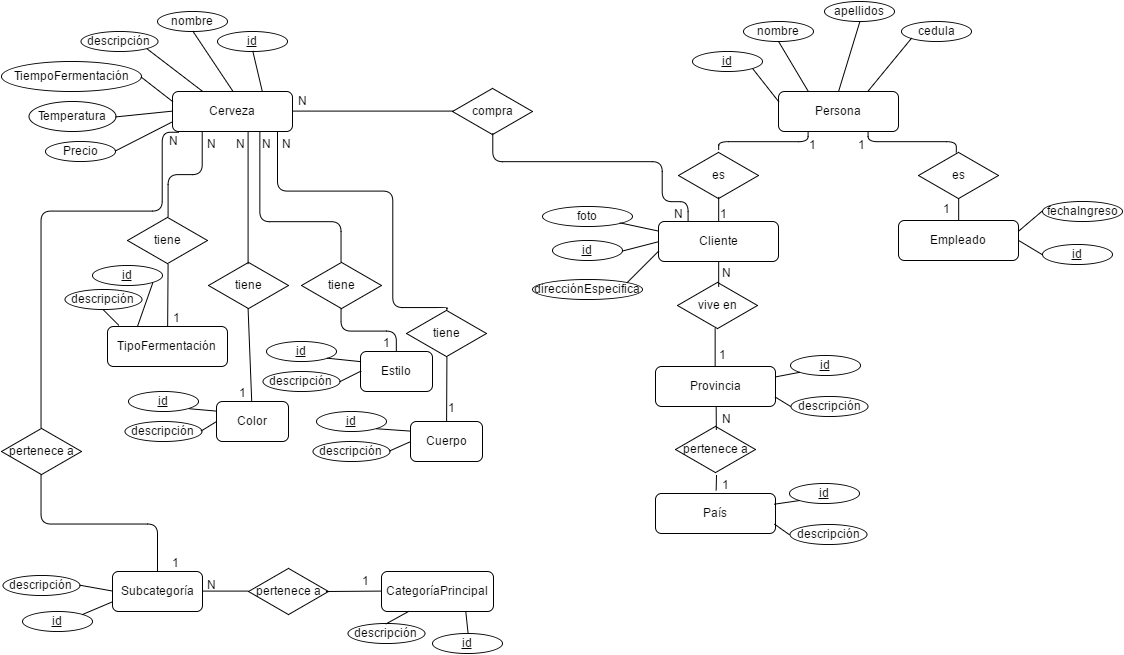
Above: Modelo Conceptual - Proyecto 2.png in solgonzalez/proyecto2bases (draw.io), before the change. Source tidied: cells renumbered, new cells last; positions are measured from the earlier drawing's top-left corner, leaving out a move shared by most shapes.
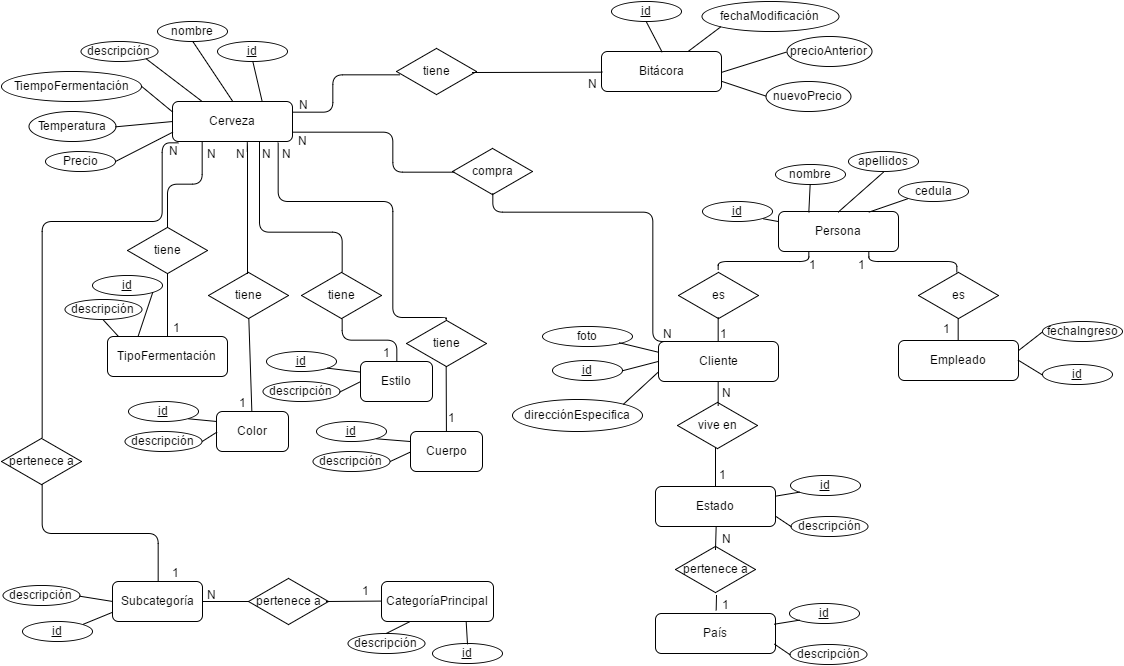
After the change.

Commit message:
Se cambian aspectos del modelo conceptual.

- Se agrega tabla bitácora.
- Se cambia el nombre de provincia a estado.

What changed in the source:
```diff
@@ -215,164 +215,168 @@
       <mxGeometry x="980" y="452" as="geometry" />
     </mxCell>
     <mxCell id="63" value="Persona" style="rounded=1;whiteSpace=wrap;html=1;" parent="1" vertex="1">
-      <mxGeometry x="777" y="90" width="120" height="40" as="geometry" />
+      <mxGeometry x="777" y="200" width="120" height="40" as="geometry" />
     </mxCell>
     <mxCell id="64" value="&lt;u&gt;id&lt;/u&gt;" style="ellipse;whiteSpace=wrap;html=1;" parent="1" vertex="1">
-      <mxGeometry x="691" y="50" width="70" height="20" as="geometry" />
+      <mxGeometry x="701" y="190" width="70" height="20" as="geometry" />
     </mxCell>
     <mxCell id="65" value="nombre" style="ellipse;whiteSpace=wrap;html=1;" parent="1" vertex="1">
-      <mxGeometry x="742" y="20" width="70" height="20" as="geometry" />
+      <mxGeometry x="774" y="153" width="70" height="20" as="geometry" />
     </mxCell>
     <mxCell id="66" value="apellidos" style="ellipse;whiteSpace=wrap;html=1;" parent="1" vertex="1">
-      <mxGeometry x="823" width="70" height="20" as="geometry" />
+      <mxGeometry x="847" y="140" width="70" height="20" as="geometry" />
     </mxCell>
     <mxCell id="67" value="cedula" style="ellipse;whiteSpace=wrap;html=1;" parent="1" vertex="1">
-      <mxGeometry x="900" y="20" width="70" height="20" as="geometry" />
+      <mxGeometry x="897" y="170" width="70" height="20" as="geometry" />
     </mxCell>
     <mxCell id="68" value="fechaIngreso" style="ellipse;whiteSpace=wrap;html=1;" parent="1" vertex="1">
-      <mxGeometry x="1041" y="200" width="80" height="20" as="geometry" />
+      <mxGeometry x="1041" y="310" width="80" height="20" as="geometry" />
     </mxCell>
     <mxCell id="69" style="endArrow=none;html=1;entryX=1;entryY=0.25;exitX=0;exitY=0.5;" parent="1" edge="1" source="68" target="75">
-      <mxGeometry x="270" y="90" as="geometry" />
+      <mxGeometry x="270" y="200" as="geometry" />
     </mxCell>
     <mxCell id="70" style="endArrow=none;html=1;entryX=0.75;entryY=0;exitX=0;exitY=1;" parent="1" edge="1" source="67" target="63">
-      <mxGeometry x="280" y="100" as="geometry" />
+      <mxGeometry x="280" y="210" as="geometry" />
     </mxCell>
     <mxCell id="71" style="endArrow=none;html=1;entryX=0.5;entryY=0;exitX=0.5;exitY=1;" parent="1" edge="1" source="66" target="63">
-      <mxGeometry x="290" y="110" as="geometry" />
+      <mxGeometry x="290" y="220" as="geometry" />
     </mxCell>
     <mxCell id="72" style="endArrow=none;html=1;entryX=0.25;entryY=0;exitX=0.5;exitY=1;" parent="1" edge="1" source="65" target="63">
-      <mxGeometry x="300" y="120" as="geometry" />
+      <mxGeometry x="300" y="230" as="geometry" />
     </mxCell>
     <mxCell id="73" style="endArrow=none;html=1;entryX=0;entryY=0.25;exitX=1;exitY=1;" parent="1" edge="1" source="64" target="63">
-      <mxGeometry x="310" y="130" as="geometry" />
+      <mxGeometry x="310" y="240" as="geometry" />
     </mxCell>
     <mxCell id="74" value="Cliente" style="rounded=1;whiteSpace=wrap;html=1;" parent="1" vertex="1">
-      <mxGeometry x="657" y="220" width="120" height="40" as="geometry" />
+      <mxGeometry x="657" y="330" width="120" height="40" as="geometry" />
     </mxCell>
     <mxCell id="75" value="Empleado" style="rounded=1;whiteSpace=wrap;html=1;" parent="1" vertex="1">
-      <mxGeometry x="897" y="219" width="120" height="40" as="geometry" />
+      <mxGeometry x="897" y="329" width="120" height="40" as="geometry" />
     </mxCell>
     <mxCell id="76" value="es" style="html=1;whiteSpace=wrap;shape=isoRectangle;" parent="1" vertex="1">
-      <mxGeometry x="677" y="150" width="80" height="48" as="geometry" />
+      <mxGeometry x="677" y="260" width="80" height="48" as="geometry" />
     </mxCell>
     <mxCell id="77" value="es" style="html=1;whiteSpace=wrap;shape=isoRectangle;" parent="1" vertex="1">
-      <mxGeometry x="917" y="150" width="80" height="48" as="geometry" />
+      <mxGeometry x="917" y="260" width="80" height="48" as="geometry" />
     </mxCell>
     <mxCell id="78" style="endArrow=none;html=1;entryX=0.5;entryY=-0.042;exitX=0.25;exitY=1;entryPerimeter=0;edgeStyle=orthogonalEdgeStyle;" parent="1" edge="1" source="63" target="76">
-      <mxGeometry x="320" y="140" as="geometry" />
+      <mxGeometry x="320" y="250" as="geometry" />
     </mxCell>
     <mxCell id="79" style="endArrow=none;html=1;entryX=0.5;entryY=0;exitX=0.5;exitY=0.958;exitPerimeter=0;" parent="1" edge="1" source="76" target="74">
-      <mxGeometry x="320" y="140" as="geometry" />
+      <mxGeometry x="320" y="250" as="geometry" />
     </mxCell>
     <mxCell id="80" style="endArrow=none;html=1;entryX=0.5;entryY=0;exitX=0.5;exitY=0.979;exitPerimeter=0;" parent="1" edge="1" source="77" target="75">
-      <mxGeometry x="330" y="150" as="geometry" />
+      <mxGeometry x="330" y="260" as="geometry" />
     </mxCell>
     <mxCell id="81" style="endArrow=none;html=1;entryX=0.475;entryY=0.021;exitX=0.75;exitY=1;entryPerimeter=0;edgeStyle=orthogonalEdgeStyle;" parent="1" edge="1" source="63" target="77">
-      <mxGeometry x="300" y="120" as="geometry" />
+      <mxGeometry x="300" y="230" as="geometry" />
     </mxCell>
     <mxCell id="82" value="foto" style="ellipse;whiteSpace=wrap;html=1;" parent="1" vertex="1">
-      <mxGeometry x="541" y="205" width="90" height="20" as="geometry" />
+      <mxGeometry x="541" y="315" width="90" height="20" as="geometry" />
     </mxCell>
     <mxCell id="83" value="&lt;u&gt;id&lt;/u&gt;" style="ellipse;whiteSpace=wrap;html=1;" parent="1" vertex="1">
-      <mxGeometry x="551" y="239" width="70" height="20" as="geometry" />
+      <mxGeometry x="551" y="349" width="70" height="20" as="geometry" />
     </mxCell>
     <mxCell id="84" style="endArrow=none;html=1;entryX=0;entryY=0.25;exitX=1;exitY=1;" parent="1" edge="1" source="82" target="74">
-      <mxGeometry x="320" y="140" as="geometry" />
+      <mxGeometry x="320" y="250" as="geometry" />
     </mxCell>
     <mxCell id="85" style="endArrow=none;html=1;entryX=0;entryY=0.5;exitX=1;exitY=0.5;" parent="1" edge="1" source="83" target="74">
-      <mxGeometry x="330" y="150" as="geometry" />
+      <mxGeometry x="330" y="260" as="geometry" />
     </mxCell>
     <mxCell id="86" value="&lt;u&gt;id&lt;/u&gt;" style="ellipse;whiteSpace=wrap;html=1;" parent="1" vertex="1">
-      <mxGeometry x="1041" y="243" width="70" height="20" as="geometry" />
+      <mxGeometry x="1041" y="353" width="70" height="20" as="geometry" />
     </mxCell>
     <mxCell id="87" style="endArrow=none;html=1;entryX=1;entryY=0.5;exitX=0;exitY=0.5;" parent="1" edge="1" source="86" target="75">
-      <mxGeometry x="280" y="100" as="geometry" />
+      <mxGeometry x="280" y="210" as="geometry" />
     </mxCell>
     <mxCell id="88" value="compra" style="html=1;whiteSpace=wrap;shape=isoRectangle;" parent="1" vertex="1">
-      <mxGeometry x="451" y="86" width="80" height="48" as="geometry" />
+      <mxGeometry x="451" y="136" width="80" height="48" as="geometry" />
     </mxCell>
     <mxCell id="89" value="direcciónEspecifica" style="ellipse;whiteSpace=wrap;html=1;" parent="1" vertex="1">
-      <mxGeometry x="531" y="278" width="110" height="20" as="geometry" />
+      <mxGeometry x="511" y="388" width="130" height="32" as="geometry" />
     </mxCell>
     <mxCell id="90" style="endArrow=none;html=1;entryX=0;entryY=0.75;exitX=1;exitY=0;" parent="1" edge="1" source="89" target="74">
-      <mxGeometry x="340" y="160" as="geometry" />
+      <mxGeometry x="340" y="270" as="geometry" />
     </mxCell>
     <mxCell id="91" style="endArrow=none;html=1;entryX=0.25;entryY=0;exitX=0.5;exitY=0.958;exitPerimeter=0;edgeStyle=orthogonalEdgeStyle;" parent="1" edge="1" source="88" target="74">
       <mxGeometry x="330" y="150" as="geometry">
         <Array as="points">
-          <mxPoint x="491" y="160" />
-          <mxPoint x="661" y="160" />
-          <mxPoint x="661" y="200" />
-          <mxPoint x="687" y="200" />
+          <mxPoint x="491" y="201" />
+          <mxPoint x="651" y="201" />
+          <mxPoint x="651" y="330" />
         </Array>
       </mxGeometry>
     </mxCell>
-    <mxCell id="92" style="endArrow=none;html=1;entryX=0.013;entryY=0.5;exitX=1;exitY=0.5;entryPerimeter=0;" parent="1" edge="1" source="2" target="88">
-      <mxGeometry x="340" y="160" as="geometry" />
+    <mxCell id="92" style="endArrow=none;html=1;entryX=0.013;entryY=0.5;exitX=1;exitY=0.75;entryPerimeter=0;edgeStyle=orthogonalEdgeStyle;" parent="1" edge="1" source="2" target="88">
+      <mxGeometry x="340" y="160" as="geometry">
+        <Array as="points">
+          <mxPoint x="391" y="121" />
+          <mxPoint x="391" y="161" />
+        </Array>
+      </mxGeometry>
     </mxCell>
     <mxCell id="93" value="vive en" style="html=1;whiteSpace=wrap;shape=isoRectangle;" parent="1" vertex="1">
-      <mxGeometry x="676" y="280" width="80" height="48" as="geometry" />
+      <mxGeometry x="676" y="390" width="80" height="48" as="geometry" />
     </mxCell>
     <mxCell id="94" style="endArrow=none;html=1;exitX=0.5;exitY=1;entryX=0.508;entryY=0.097;entryPerimeter=0;" parent="1" edge="1" source="74" target="93">
-      <mxGeometry x="340" y="160" as="geometry" />
+      <mxGeometry x="340" y="270" as="geometry" />
     </mxCell>
-    <mxCell id="95" value="Provincia" style="rounded=1;whiteSpace=wrap;html=1;" parent="1" vertex="1">
-      <mxGeometry x="654" y="365" width="120" height="40" as="geometry" />
+    <mxCell id="95" value="Estado" style="rounded=1;whiteSpace=wrap;html=1;" parent="1" vertex="1">
+      <mxGeometry x="654" y="475" width="120" height="40" as="geometry" />
     </mxCell>
     <mxCell id="96" value="&lt;u&gt;id&lt;/u&gt;" style="ellipse;whiteSpace=wrap;html=1;" parent="1" vertex="1">
-      <mxGeometry x="789" y="354" width="70" height="20" as="geometry" />
+      <mxGeometry x="789" y="464" width="70" height="20" as="geometry" />
     </mxCell>
     <mxCell id="97" value="descripción" style="ellipse;whiteSpace=wrap;html=1;" parent="1" vertex="1">
-      <mxGeometry x="789.3" y="395" width="77" height="20" as="geometry" />
+      <mxGeometry x="789.3" y="505" width="77" height="20" as="geometry" />
     </mxCell>
     <mxCell id="98" style="endArrow=none;html=1;entryX=1;entryY=0.75;exitX=0;exitY=0.5;" parent="1" edge="1" source="97" target="95">
-      <mxGeometry x="734" y="310" as="geometry" />
+      <mxGeometry x="734" y="420" as="geometry" />
     </mxCell>
     <mxCell id="99" style="endArrow=none;html=1;entryX=1;entryY=0.25;exitX=0;exitY=1;" parent="1" edge="1" source="96" target="95">
-      <mxGeometry x="744" y="320" as="geometry" />
+      <mxGeometry x="744" y="430" as="geometry" />
     </mxCell>
     <mxCell id="100" style="endArrow=none;html=1;exitX=0.471;exitY=0.984;entryX=0.5;entryY=0;exitPerimeter=0;" parent="1" edge="1" source="93" target="95">
-      <mxGeometry x="330" y="153" as="geometry" />
+      <mxGeometry x="330" y="263" as="geometry" />
     </mxCell>
     <mxCell id="101" value="País" style="rounded=1;whiteSpace=wrap;html=1;" parent="1" vertex="1">
-      <mxGeometry x="654" y="492" width="120" height="40" as="geometry" />
+      <mxGeometry x="654" y="602" width="120" height="40" as="geometry" />
     </mxCell>
     <mxCell id="102" value="pertenece a" style="html=1;whiteSpace=wrap;shape=isoRectangle;" parent="1" vertex="1">
-      <mxGeometry x="674" y="424" width="80" height="48" as="geometry" />
+      <mxGeometry x="674" y="534" width="80" height="48" as="geometry" />
     </mxCell>
     <mxCell id="103" style="endArrow=none;html=1;exitX=0.5;exitY=0;" parent="1" edge="1">
-      <mxGeometry x="328" y="294" as="geometry">
-        <mxPoint x="714.7" y="488.7" as="sourcePoint" />
-        <mxPoint x="715" y="474" as="targetPoint" />
+      <mxGeometry x="328" y="404" as="geometry">
+        <mxPoint x="714.7" y="598.7" as="sourcePoint" />
+        <mxPoint x="715" y="584" as="targetPoint" />
       </mxGeometry>
     </mxCell>
     <mxCell id="104" style="endArrow=none;html=1;exitX=0.5;exitY=1;entryX=0.508;entryY=0.097;entryPerimeter=0;" parent="1" edge="1" target="102">
-      <mxGeometry x="338" y="304" as="geometry">
-        <mxPoint x="714.7" y="404.7" as="sourcePoint" />
+      <mxGeometry x="338" y="414" as="geometry">
+        <mxPoint x="714.7" y="514.7" as="sourcePoint" />
       </mxGeometry>
     </mxCell>
     <mxCell id="105" value="&lt;u&gt;id&lt;/u&gt;" style="ellipse;whiteSpace=wrap;html=1;" parent="1" vertex="1">
-      <mxGeometry x="788" y="482" width="70" height="20" as="geometry" />
+      <mxGeometry x="788" y="592" width="70" height="20" as="geometry" />
     </mxCell>
     <mxCell id="106" value="descripción" style="ellipse;whiteSpace=wrap;html=1;" parent="1" vertex="1">
-      <mxGeometry x="788.3" y="523" width="77" height="20" as="geometry" />
+      <mxGeometry x="788.3" y="633" width="77" height="20" as="geometry" />
     </mxCell>
     <mxCell id="107" style="endArrow=none;html=1;entryX=1;entryY=0.75;exitX=0;exitY=0.5;" parent="1" edge="1" source="106">
-      <mxGeometry x="733" y="438" as="geometry">
-        <mxPoint x="773" y="522.7" as="targetPoint" />
+      <mxGeometry x="733" y="548" as="geometry">
+        <mxPoint x="773" y="632.7" as="targetPoint" />
       </mxGeometry>
     </mxCell>
     <mxCell id="108" style="endArrow=none;html=1;entryX=1;entryY=0.25;exitX=0;exitY=1;" parent="1" edge="1" source="105">
-      <mxGeometry x="743" y="448" as="geometry">
-        <mxPoint x="773" y="502.7" as="targetPoint" />
+      <mxGeometry x="743" y="558" as="geometry">
+        <mxPoint x="773" y="612.7" as="targetPoint" />
       </mxGeometry>
     </mxCell>
     <mxCell id="109" value="N" style="text;html=1;align=left;verticalAlign=top;spacingTop=-4;" parent="1" vertex="1">
-      <mxGeometry x="295" y="90" width="20" height="20" as="geometry" />
+      <mxGeometry x="295" y="120" width="20" height="20" as="geometry" />
     </mxCell>
     <mxCell id="110" value="N" style="text;html=1;align=left;verticalAlign=top;spacingTop=-4;" parent="1" vertex="1">
-      <mxGeometry x="671" y="203" width="20" height="20" as="geometry" />
+      <mxGeometry x="660" y="313" width="20" height="20" as="geometry" />
     </mxCell>
     <mxCell id="111" value="N" style="text;html=1;align=left;verticalAlign=top;spacingTop=-4;" parent="1" vertex="1">
       <mxGeometry x="204" y="133" width="20" height="20" as="geometry" />
@@ -411,28 +415,77 @@
       <mxGeometry x="359" y="570" width="20" height="20" as="geometry" />
     </mxCell>
     <mxCell id="123" value="1" style="text;html=1;align=left;verticalAlign=top;spacingTop=-4;" parent="1" vertex="1">
-      <mxGeometry x="806" y="134" width="20" height="20" as="geometry" />
+      <mxGeometry x="806" y="244" width="20" height="20" as="geometry" />
     </mxCell>
     <mxCell id="124" value="1" style="text;html=1;align=left;verticalAlign=top;spacingTop=-4;" parent="1" vertex="1">
-      <mxGeometry x="855" y="134" width="20" height="20" as="geometry" />
+      <mxGeometry x="855" y="244" width="20" height="20" as="geometry" />
     </mxCell>
     <mxCell id="125" value="1" style="text;html=1;align=left;verticalAlign=top;spacingTop=-4;" parent="1" vertex="1">
-      <mxGeometry x="717" y="203" width="20" height="20" as="geometry" />
+      <mxGeometry x="717" y="313" width="20" height="20" as="geometry" />
     </mxCell>
     <mxCell id="126" value="1" style="text;html=1;align=left;verticalAlign=top;spacingTop=-4;" parent="1" vertex="1">
-      <mxGeometry x="940" y="198" width="20" height="20" as="geometry" />
+      <mxGeometry x="940" y="308" width="20" height="20" as="geometry" />
     </mxCell>
     <mxCell id="127" value="N" style="text;html=1;align=left;verticalAlign=top;spacingTop=-4;" parent="1" vertex="1">
-      <mxGeometry x="719" y="262" width="20" height="20" as="geometry" />
+      <mxGeometry x="719" y="372" width="20" height="20" as="geometry" />
     </mxCell>
     <mxCell id="128" value="N" style="text;html=1;align=left;verticalAlign=top;spacingTop=-4;" parent="1" vertex="1">
-      <mxGeometry x="719" y="408" width="20" height="20" as="geometry" />
+      <mxGeometry x="719" y="518" width="20" height="20" as="geometry" />
     </mxCell>
     <mxCell id="129" value="1" style="text;html=1;align=left;verticalAlign=top;spacingTop=-4;" parent="1" vertex="1">
-      <mxGeometry x="719" y="474" width="20" height="20" as="geometry" />
+      <mxGeometry x="719" y="584" width="20" height="20" as="geometry" />
     </mxCell>
     <mxCell id="130" value="1" style="text;html=1;align=left;verticalAlign=top;spacingTop=-4;" parent="1" vertex="1">
-      <mxGeometry x="716" y="344" width="20" height="20" as="geometry" />
+      <mxGeometry x="716" y="454" width="20" height="20" as="geometry" />
     </mxCell>
+    <mxCell id="131" value="Bitácora" style="rounded=1;whiteSpace=wrap;html=1;" parent="1" vertex="1">
+      <mxGeometry x="600" y="40" width="120" height="40" as="geometry" />
+    </mxCell>
+    <mxCell id="132" value="&lt;u&gt;id&lt;/u&gt;" style="ellipse;whiteSpace=wrap;html=1;" parent="1" vertex="1">
+      <mxGeometry x="610" y="-10" width="70" height="20" as="geometry" />
+    </mxCell>
+    <mxCell id="133" value="fechaModificación" style="ellipse;whiteSpace=wrap;html=1;" parent="1" vertex="1">
+      <mxGeometry x="700" y="-10" width="137" height="30" as="geometry" />
+    </mxCell>
+    <mxCell id="134" value="precioAnterior" style="ellipse;whiteSpace=wrap;html=1;" parent="1" vertex="1">
+      <mxGeometry x="785" y="25" width="85" height="30" as="geometry" />
+    </mxCell>
+    <mxCell id="135" value="nuevoPrecio" style="ellipse;whiteSpace=wrap;html=1;" parent="1" vertex="1">
+      <mxGeometry x="764" y="70" width="85" height="30" as="geometry" />
+    </mxCell>
+    <mxCell id="136" style="endArrow=none;html=1;entryX=1;entryY=0.75;exitX=0;exitY=0.5;" parent="1" edge="1" source="135" target="131">
+      <mxGeometry x="300" y="230" as="geometry" />
+    </mxCell>
+    <mxCell id="137" style="endArrow=none;html=1;entryX=1;entryY=0.5;exitX=0;exitY=0.5;" parent="1" edge="1" source="134" target="131">
+      <mxGeometry x="310" y="240" as="geometry" />
+    </mxCell>
+    <mxCell id="138" style="endArrow=none;html=1;exitX=0;exitY=1;" parent="1" edge="1" source="133" target="131">
+      <mxGeometry x="320" y="250" as="geometry" />
+    </mxCell>
+    <mxCell id="139" style="endArrow=none;html=1;entryX=0.5;entryY=0;exitX=0.5;exitY=1;" parent="1" edge="1" source="132" target="131">
+      <mxGeometry x="340" y="270" as="geometry" />
+    </mxCell>
+    <mxCell id="140" value="tiene" style="html=1;whiteSpace=wrap;shape=isoRectangle;" parent="1" vertex="1">
+      <mxGeometry x="395" y="36" width="80" height="48" as="geometry" />
+    </mxCell>
+    <mxCell id="141" style="endArrow=none;html=1;entryX=0;entryY=0.5;" parent="1" edge="1" target="131">
+      <mxGeometry x="351" y="280" as="geometry">
+        <mxPoint x="471" y="61" as="sourcePoint" />
+      </mxGeometry>
+    </mxCell>
+    <mxCell id="142" style="endArrow=none;html=1;entryX=0.038;entryY=0.569;exitX=1;exitY=0.25;entryPerimeter=0;edgeStyle=orthogonalEdgeStyle;" parent="1" edge="1" source="2" target="140">
+      <mxGeometry x="361" y="290" as="geometry">
+        <Array as="points">
+          <mxPoint x="331" y="101" />
+          <mxPoint x="331" y="63" />
+        </Array>
+      </mxGeometry>
+    </mxCell>
+    <mxCell id="143" value="N" style="text;html=1;align=left;verticalAlign=top;spacingTop=-4;" parent="1" vertex="1">
+      <mxGeometry x="296" y="84" width="20" height="20" as="geometry" />
+    </mxCell>
+    <mxCell id="144" value="N" style="text;html=1;align=left;verticalAlign=top;spacingTop=-4;" parent="1" vertex="1">
+      <mxGeometry x="585" y="63" width="20" height="20" as="geometry" />
+    </mxCell>
   </root>
 </mxGraphModel>
```
